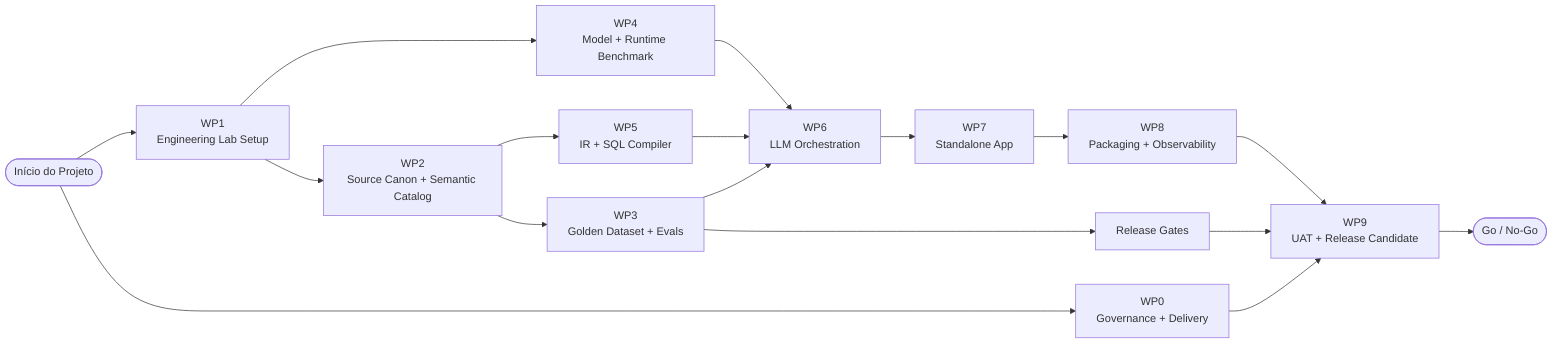
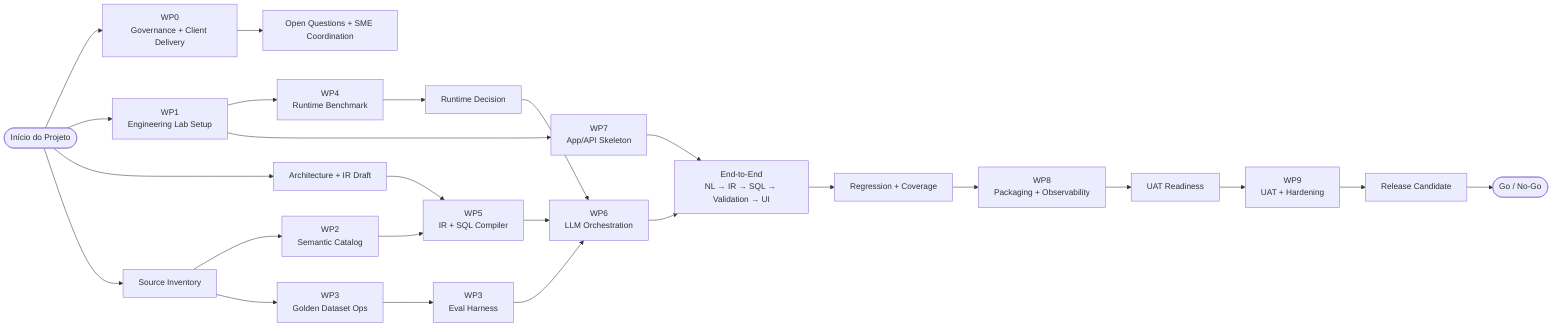
flowchart LR
    START([Início do Projeto])

+     START --> GOV[WP0<br/>Governance + Client Delivery]
    START --> LAB[WP1<br/>Engineering Lab Setup]
-     START --> GOV[WP0<br/>Governance + Delivery]
+     START --> ARCH[Architecture + IR Draft]
+     START --> SOURCE[Source Inventory]

-     LAB --> SOURCES[WP2<br/>Source Canon + Semantic Catalog]
-     SOURCES --> GOLDEN[WP3<br/>Golden Dataset + Evals]
-     SOURCES --> IR[WP5<br/>IR + SQL Compiler]
+     GOV --> QUESTIONS[Open Questions + SME Coordination]
+     SOURCE --> CATALOG[WP2<br/>Semantic Catalog]
+     SOURCE --> GOLDEN[WP3<br/>Golden Dataset Ops]

-     LAB --> BENCH[WP4<br/>Model + Runtime Benchmark]
-     BENCH --> LLM[WP6<br/>LLM Orchestration]
+     LAB --> BENCH[WP4<br/>Runtime Benchmark]
+     LAB --> APP[WP7<br/>App/API Skeleton]

+     ARCH --> IR[WP5<br/>IR + SQL Compiler]
+     CATALOG --> IR
+     GOLDEN --> EVALS[WP3<br/>Eval Harness]
+ 
+     BENCH --> RUNTIME[Runtime Decision]
+     RUNTIME --> LLM[WP6<br/>LLM Orchestration]
    IR --> LLM
-     GOLDEN --> LLM
-     GOLDEN --> GATES[Release Gates]
+     EVALS --> LLM

-     LLM --> APP[WP7<br/>Standalone App]
-     APP --> PACK[WP8<br/>Packaging + Observability]
-     PACK --> UAT[WP9<br/>UAT + Release Candidate]
+     LLM --> E2E[End-to-End<br/>NL → IR → SQL → Validation → UI]
+     APP --> E2E

-     GATES --> UAT
-     GOV --> UAT
- 
-     UAT --> END([Go / No-Go])
+     E2E --> REG[Regression + Coverage]
+     REG --> PACK[WP8<br/>Packaging + Observability]
+     PACK --> UAT_READY[UAT Readiness]
+     UAT_READY --> UAT[WP9<br/>UAT + Hardening]
+     UAT --> RC[Release Candidate]
+     RC --> END([Go / No-Go])
